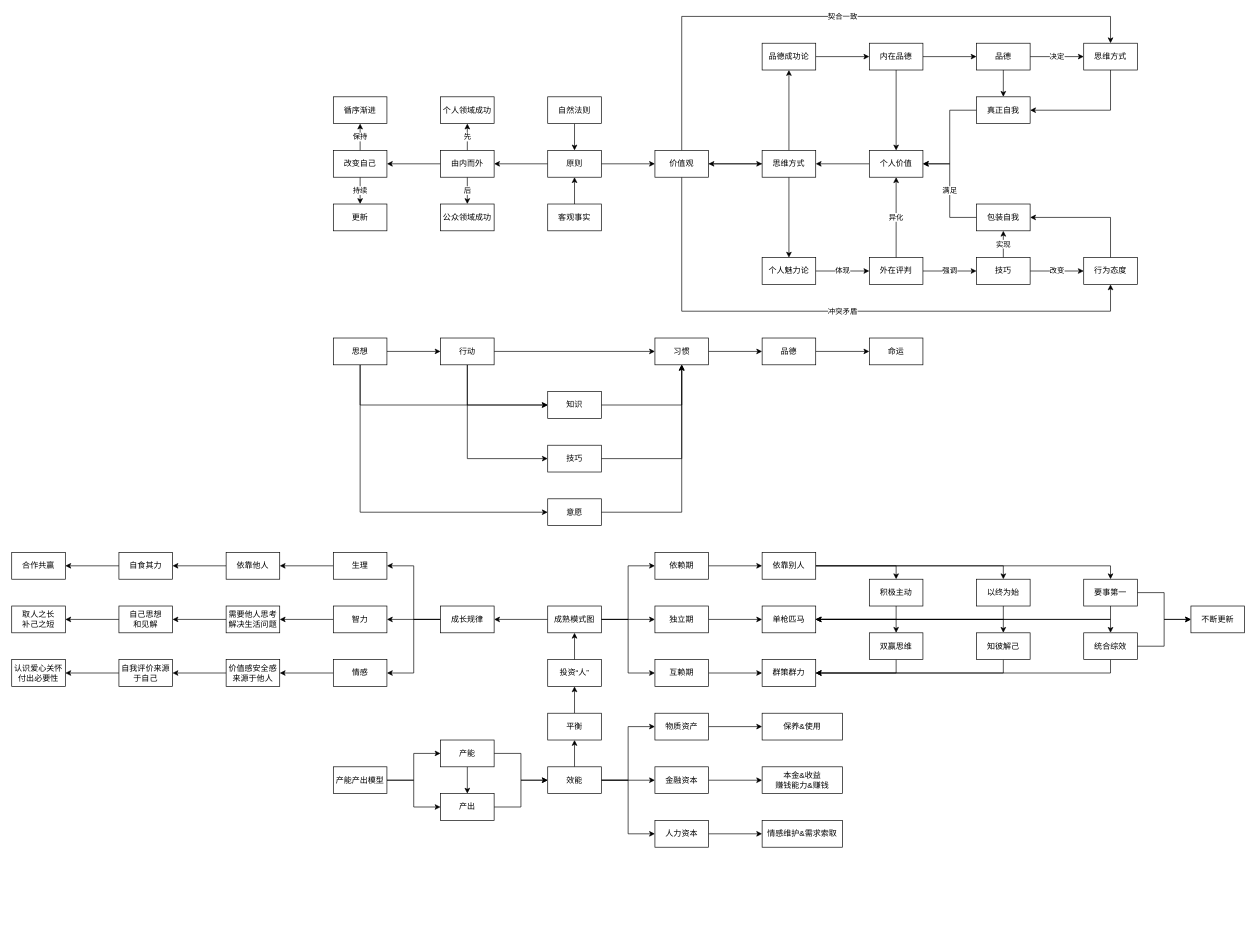
Above: page "第 1 页" (1 of 2) of 高效能人士的七个习惯.drawio in youyusan/hight-effect (draw.io), before the change. Source tidied: cells renumbered, new cells numbered last; positions are measured from the earlier drawing's top-left corner, leaving out a move shared by most shapes. Both pictures are drawn from the tidied source at 67%, with x=0, y=0 at pixel (11, 16).
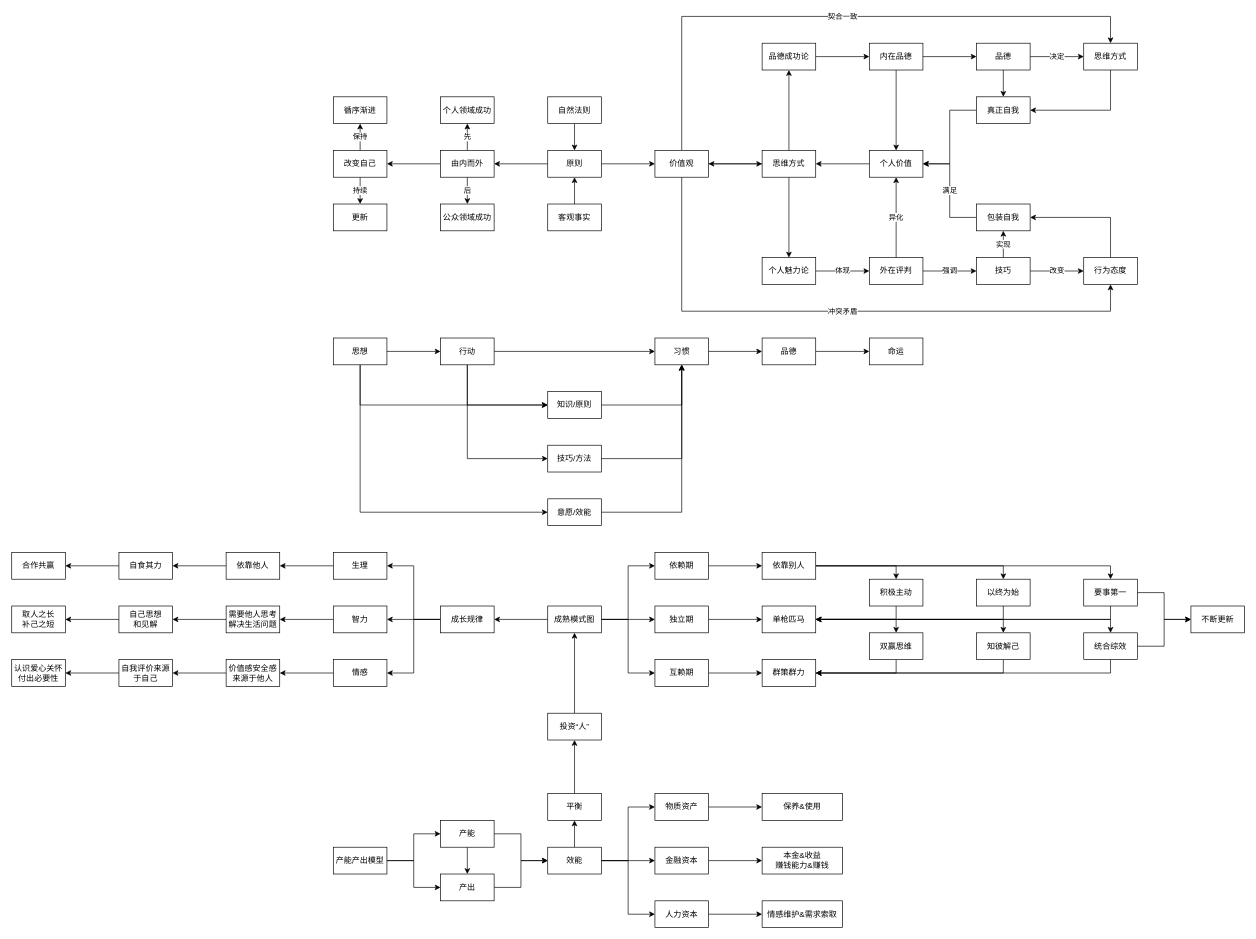
Above is the later version.

Commit message:
更新高效能人士的七个习惯.drawio

What changed in the source:
```diff
@@
-    <mxCell id="68" value="技巧" style="rounded=0;whiteSpace=wrap;html=1;" parent="1" vertex="1">
+    <mxCell id="68" value="技巧/方法" style="rounded=0;whiteSpace=wrap;html=1;" parent="1" vertex="1">
       <mxGeometry x="800" y="640" width="80" height="40" as="geometry" />
     </mxCell>
@@
-    <mxCell id="70" value="知识" style="rounded=0;whiteSpace=wrap;html=1;" parent="1" vertex="1">
+    <mxCell id="70" value="知识/原则" style="rounded=0;whiteSpace=wrap;html=1;" parent="1" vertex="1">
       <mxGeometry x="800" y="560" width="80" height="40" as="geometry" />
     </mxCell>
@@
-    <mxCell id="72" value="意愿" style="rounded=0;whiteSpace=wrap;html=1;" parent="1" vertex="1">
+    <mxCell id="72" value="意愿/效能" style="rounded=0;whiteSpace=wrap;html=1;" parent="1" vertex="1">
       <mxGeometry x="800" y="720" width="80" height="40" as="geometry" />
     </mxCell>
@@
     <mxCell id="135" value="产能产出模型" style="rounded=0;whiteSpace=wrap;html=1;" parent="1" vertex="1">
-      <mxGeometry x="480" y="1120" width="80" height="40" as="geometry" />
+      <mxGeometry x="480" y="1240" width="80" height="40" as="geometry" />
     </mxCell>
@@
     <mxCell id="138" value="产能" style="rounded=0;whiteSpace=wrap;html=1;" parent="1" vertex="1">
-      <mxGeometry x="640" y="1080" width="80" height="40" as="geometry" />
+      <mxGeometry x="640" y="1200" width="80" height="40" as="geometry" />
     </mxCell>
@@
     <mxCell id="140" value="产出" style="rounded=0;whiteSpace=wrap;html=1;" parent="1" vertex="1">
-      <mxGeometry x="640" y="1160" width="80" height="40" as="geometry" />
+      <mxGeometry x="640" y="1280" width="80" height="40" as="geometry" />
     </mxCell>
@@
     <mxCell id="145" value="效能" style="rounded=0;whiteSpace=wrap;html=1;" parent="1" vertex="1">
-      <mxGeometry x="800" y="1120" width="80" height="40" as="geometry" />
+      <mxGeometry x="800" y="1240" width="80" height="40" as="geometry" />
     </mxCell>
@@
     <mxCell id="147" value="金融资本" style="rounded=0;whiteSpace=wrap;html=1;" parent="1" vertex="1">
-      <mxGeometry x="960" y="1120" width="80" height="40" as="geometry" />
+      <mxGeometry x="960" y="1240" width="80" height="40" as="geometry" />
     </mxCell>
@@
     <mxCell id="149" value="物质资产" style="rounded=0;whiteSpace=wrap;html=1;" parent="1" vertex="1">
-      <mxGeometry x="960" y="1040" width="80" height="40" as="geometry" />
+      <mxGeometry x="960" y="1160" width="80" height="40" as="geometry" />
     </mxCell>
@@
     <mxCell id="151" value="人力资本" style="rounded=0;whiteSpace=wrap;html=1;" parent="1" vertex="1">
-      <mxGeometry x="960" y="1200" width="80" height="40" as="geometry" />
+      <mxGeometry x="960" y="1320" width="80" height="40" as="geometry" />
     </mxCell>
     <mxCell id="152" value="保养&amp;amp;使用" style="rounded=0;whiteSpace=wrap;html=1;" parent="1" vertex="1">
-      <mxGeometry x="1120" y="1040" width="120" height="40" as="geometry" />
+      <mxGeometry x="1120" y="1160" width="120" height="40" as="geometry" />
     </mxCell>
     <mxCell id="153" value="本金&amp;amp;收益&lt;br&gt;赚钱能力&amp;amp;赚钱" style="rounded=0;whiteSpace=wrap;html=1;" parent="1" vertex="1">
-      <mxGeometry x="1120" y="1120" width="120" height="40" as="geometry" />
+      <mxGeometry x="1120" y="1240" width="120" height="40" as="geometry" />
     </mxCell>
     <mxCell id="154" value="情感维护&amp;amp;需求索取" style="rounded=0;whiteSpace=wrap;html=1;" parent="1" vertex="1">
-      <mxGeometry x="1120" y="1200" width="120" height="40" as="geometry" />
+      <mxGeometry x="1120" y="1320" width="120" height="40" as="geometry" />
     </mxCell>
@@
     <mxCell id="156" value="平衡" style="rounded=0;whiteSpace=wrap;html=1;" parent="1" vertex="1">
-      <mxGeometry x="800" y="1040" width="80" height="40" as="geometry" />
+      <mxGeometry x="800" y="1160" width="80" height="40" as="geometry" />
     </mxCell>
@@
     <mxCell id="158" value="投资“人”" style="rounded=0;whiteSpace=wrap;html=1;" parent="1" vertex="1">
-      <mxGeometry x="800" y="960" width="80" height="40" as="geometry" />
+      <mxGeometry x="800" y="1040" width="80" height="40" as="geometry" />
     </mxCell>
```
